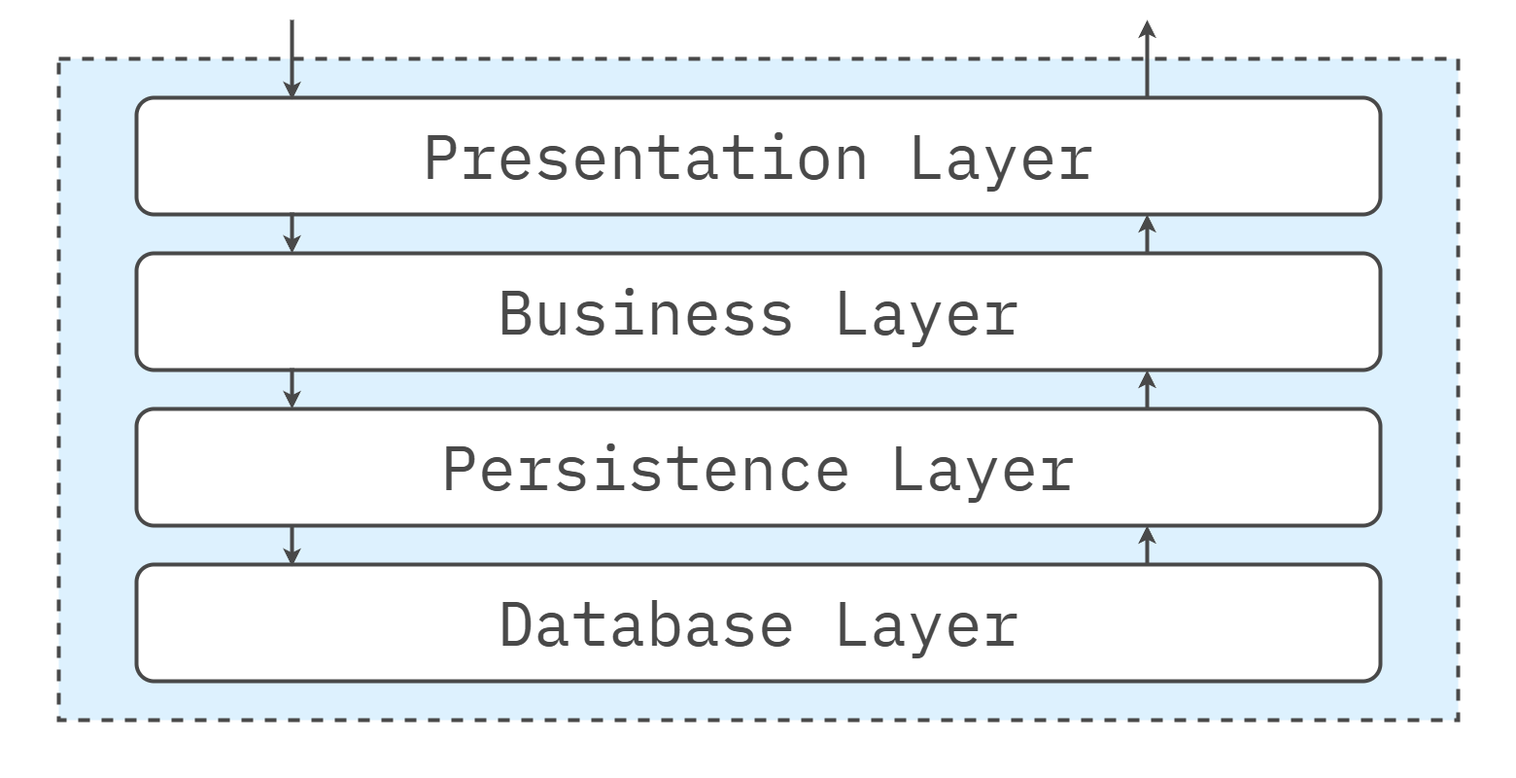
Above: images/architecture/fundamentals/styles.layered.drawio.png in software-architecture-guild/software-architecture-guild.github.io (draw.io), before the change. Source tidied: cells renumbered, new cells last; positions are measured from the earlier drawing's top-left corner, leaving out a move shared by most shapes.
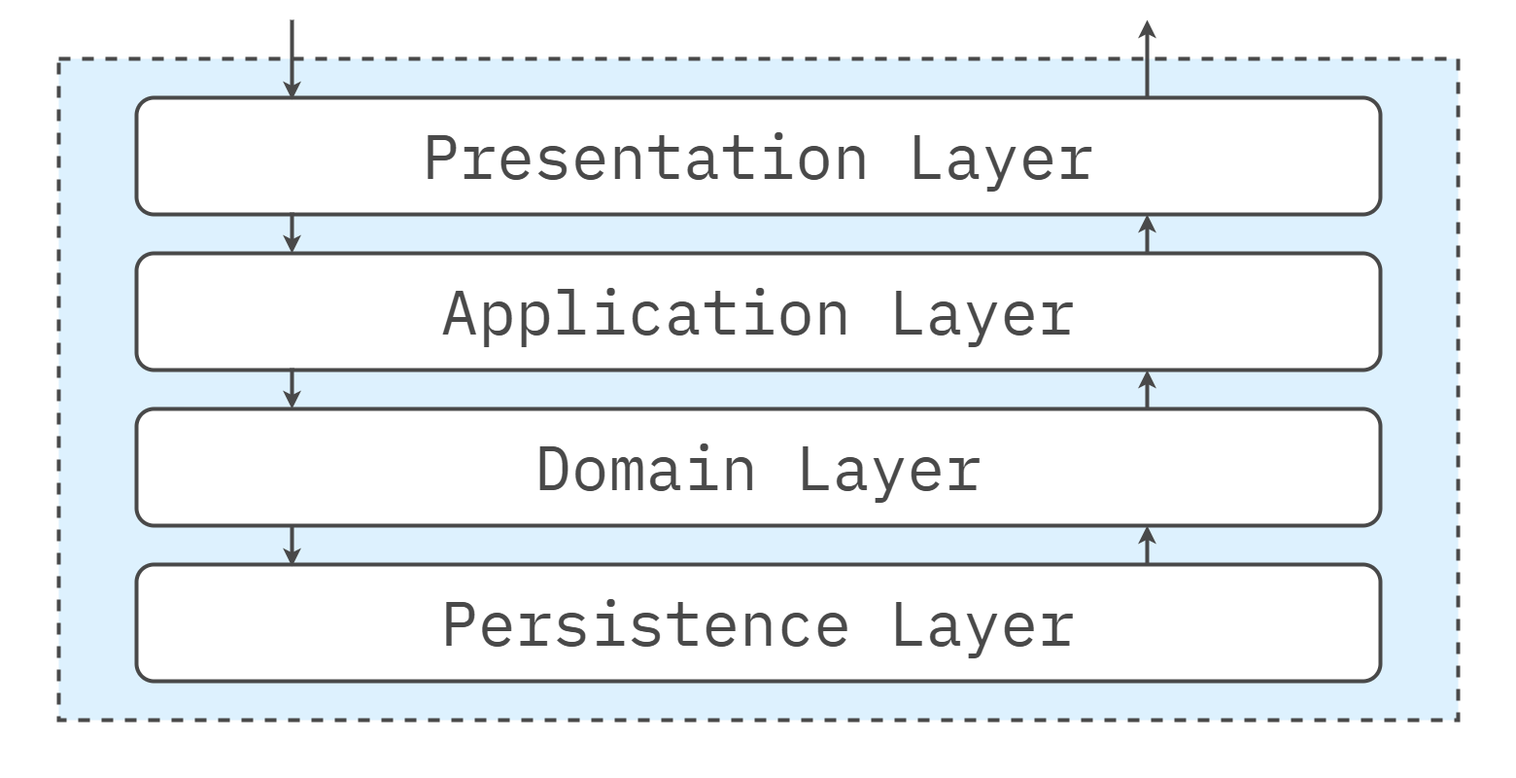
After the change.

Change to the diagram source:
```diff
@@ -11,13 +11,13 @@
     <mxCell id="4" value="Presentation Layer" style="rounded=1;whiteSpace=wrap;html=1;fillColor=#FFFFFF;strokeColor=#494949;strokeWidth=4;fontFamily=IBM Plex Mono;fontSource=https%3A%2F%2Ffonts.googleapis.com%2Fcss%3Ffamily%3DIBM%2BPlex%2BMono;fontSize=64;fontColor=#494949;" parent="1" vertex="1">
       <mxGeometry x="140" y="100" width="1280" height="120" as="geometry" />
     </mxCell>
-    <mxCell id="5" value="Business Layer" style="rounded=1;whiteSpace=wrap;html=1;fillColor=#FFFFFF;strokeColor=#494949;strokeWidth=4;fontFamily=IBM Plex Mono;fontSource=https%3A%2F%2Ffonts.googleapis.com%2Fcss%3Ffamily%3DIBM%2BPlex%2BMono;fontSize=64;fontColor=#494949;" parent="1" vertex="1">
+    <mxCell id="5" value="Application Layer" style="rounded=1;whiteSpace=wrap;html=1;fillColor=#FFFFFF;strokeColor=#494949;strokeWidth=4;fontFamily=IBM Plex Mono;fontSource=https%3A%2F%2Ffonts.googleapis.com%2Fcss%3Ffamily%3DIBM%2BPlex%2BMono;fontSize=64;fontColor=#494949;" parent="1" vertex="1">
       <mxGeometry x="140" y="260" width="1280" height="120" as="geometry" />
     </mxCell>
-    <mxCell id="6" value="Persistence Layer" style="rounded=1;whiteSpace=wrap;html=1;fillColor=#FFFFFF;strokeColor=#494949;strokeWidth=4;fontFamily=IBM Plex Mono;fontSource=https%3A%2F%2Ffonts.googleapis.com%2Fcss%3Ffamily%3DIBM%2BPlex%2BMono;fontSize=64;fontColor=#494949;" parent="1" vertex="1">
+    <mxCell id="6" value="Domain Layer" style="rounded=1;whiteSpace=wrap;html=1;fillColor=#FFFFFF;strokeColor=#494949;strokeWidth=4;fontFamily=IBM Plex Mono;fontSource=https%3A%2F%2Ffonts.googleapis.com%2Fcss%3Ffamily%3DIBM%2BPlex%2BMono;fontSize=64;fontColor=#494949;" parent="1" vertex="1">
       <mxGeometry x="140" y="420" width="1280" height="120" as="geometry" />
     </mxCell>
-    <mxCell id="7" value="Database Layer" style="rounded=1;whiteSpace=wrap;html=1;fillColor=#FFFFFF;strokeColor=#494949;strokeWidth=4;fontFamily=IBM Plex Mono;fontSource=https%3A%2F%2Ffonts.googleapis.com%2Fcss%3Ffamily%3DIBM%2BPlex%2BMono;fontSize=64;fontColor=#494949;" parent="1" vertex="1">
+    <mxCell id="7" value="&lt;span style=&quot;color: rgb(73, 73, 73);&quot;&gt;Persistence&amp;nbsp;&lt;/span&gt;Layer" style="rounded=1;whiteSpace=wrap;html=1;fillColor=#FFFFFF;strokeColor=#494949;strokeWidth=4;fontFamily=IBM Plex Mono;fontSource=https%3A%2F%2Ffonts.googleapis.com%2Fcss%3Ffamily%3DIBM%2BPlex%2BMono;fontSize=64;fontColor=#494949;" parent="1" vertex="1">
       <mxGeometry x="140" y="580" width="1280" height="120" as="geometry" />
     </mxCell>
     <mxCell id="8" style="endArrow=classic;html=1;rounded=0;fontFamily=IBM Plex Mono;fontSource=https%3A%2F%2Ffonts.googleapis.com%2Fcss%3Ffamily%3DIBM%2BPlex%2BMono;fontSize=64;fontColor=#494949;exitX=0.123;exitY=0.992;exitDx=0;exitDy=0;exitPerimeter=0;entryX=0.123;entryY=0.012;entryDx=0;entryDy=0;entryPerimeter=0;strokeColor=#494949;strokeWidth=4;" parent="1" edge="1">
```
